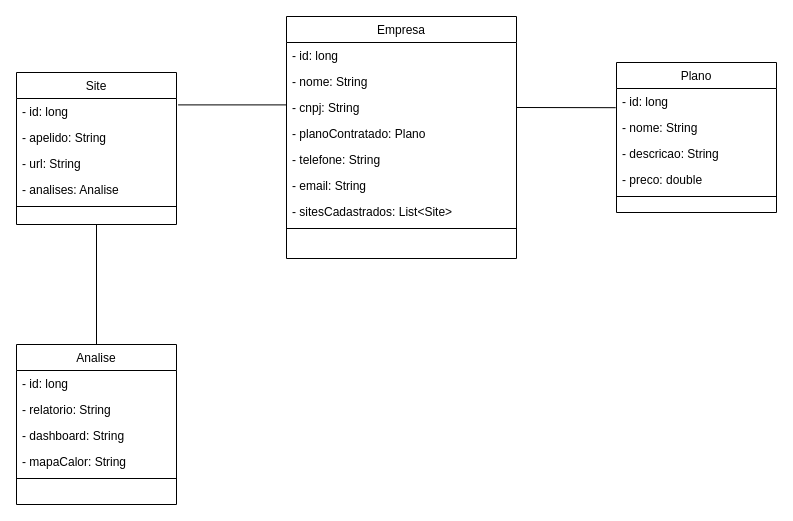
Santlago/HeatWise keeps this draw.io diagram as informacoes/diagrama-de-classes/HeatWise.drawio. Above is the earlier version. Source tidied: cells renumbered, new cells numbered last; positions are measured from the earlier drawing's top-left corner, leaving out a move shared by most shapes. Both pictures are drawn from the tidied source at 100%, with x=0, y=0 at pixel (16, 16).
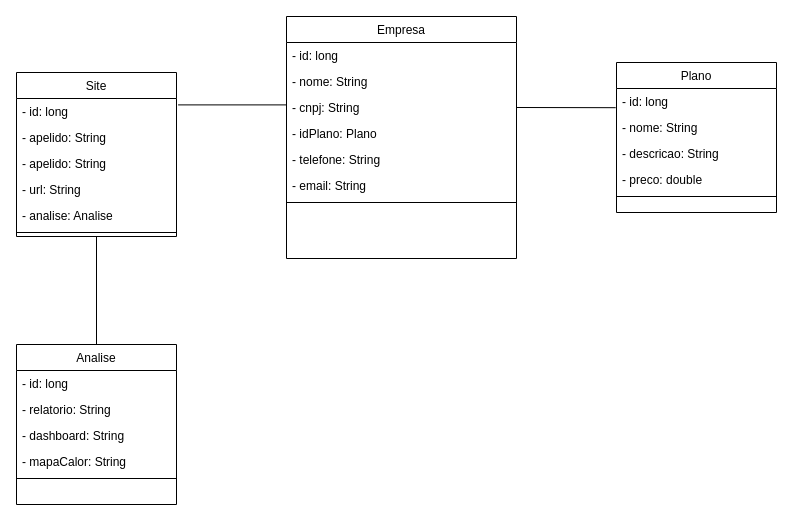
The same page after the edit.

Unchanged cells that the change refers to:
```xml
<mxCell id="2" value="Empresa" style="swimlane;fontStyle=0;align=center;verticalAlign=top;horizontal=1;startSize=26;rounded=0;shadow=0;strokeWidth=1;" parent="1" vertex="1">
  <mxGeometry x="270" width="230" height="242" as="geometry" />
</mxCell>
```

The edit, as a diff of the source:
```diff
@@
-    <mxCell id="6" value="- planoContratado: Plano" style="text;align=left;verticalAlign=top;spacingLeft=4;spacingRight=4;overflow=hidden;rounded=0;shadow=0;html=0;" parent="2" vertex="1">
+    <mxCell id="6" value="- idPlano: Plano" style="text;align=left;verticalAlign=top;spacingLeft=4;spacingRight=4;overflow=hidden;rounded=0;shadow=0;html=0;" parent="2" vertex="1">
       <mxGeometry y="104" width="230" height="26" as="geometry" />
     </mxCell>
@@
-    <mxCell id="9" value="- sitesCadastrados: List&lt;Site&gt;" style="text;align=left;verticalAlign=top;spacingLeft=4;spacingRight=4;overflow=hidden;rounded=0;shadow=0;html=0;" parent="2" vertex="1">
-      <mxGeometry y="182" width="230" height="26" as="geometry" />
-    </mxCell>
     <mxCell id="10" style="line;html=1;strokeWidth=1;align=left;verticalAlign=middle;spacingTop=-1;spacingLeft=3;spacingRight=3;labelPosition=right;" parent="2" vertex="1">
-      <mxGeometry y="208" width="230" height="8" as="geometry" />
+      <mxGeometry y="182" width="230" height="8" as="geometry" />
     </mxCell>
     <mxCell id="11" value="Site" style="swimlane;fontStyle=0;align=center;verticalAlign=top;horizontal=1;startSize=26;rounded=0;shadow=0;strokeWidth=1;" parent="1" vertex="1">
-      <mxGeometry y="56" width="160" height="152" as="geometry" />
+      <mxGeometry y="56" width="160" height="164" as="geometry" />
     </mxCell>
@@
+    <mxCell id="32" value="- apelido: String" style="text;align=left;verticalAlign=top;spacingLeft=4;spacingRight=4;overflow=hidden;rounded=0;shadow=0;html=0;" parent="11" vertex="1">
+      <mxGeometry y="52" width="160" height="26" as="geometry" />
+    </mxCell>
     <mxCell id="13" value="- apelido: String" style="text;align=left;verticalAlign=top;spacingLeft=4;spacingRight=4;overflow=hidden;rounded=0;shadow=0;html=0;" parent="11" vertex="1">
-      <mxGeometry y="52" width="160" height="26" as="geometry" />
+      <mxGeometry y="78" width="160" height="26" as="geometry" />
     </mxCell>
     <mxCell id="14" value="- url: String" style="text;align=left;verticalAlign=top;spacingLeft=4;spacingRight=4;overflow=hidden;rounded=0;shadow=0;html=0;" parent="11" vertex="1">
-      <mxGeometry y="78" width="160" height="26" as="geometry" />
+      <mxGeometry y="104" width="160" height="26" as="geometry" />
     </mxCell>
-    <mxCell id="15" value="- analises: Analise" style="text;align=left;verticalAlign=top;spacingLeft=4;spacingRight=4;overflow=hidden;rounded=0;shadow=0;html=0;" parent="11" vertex="1">
-      <mxGeometry y="104" width="160" height="26" as="geometry" />
+    <mxCell id="15" value="- analise: Analise" style="text;align=left;verticalAlign=top;spacingLeft=4;spacingRight=4;overflow=hidden;rounded=0;shadow=0;html=0;" parent="11" vertex="1">
+      <mxGeometry y="130" width="160" height="26" as="geometry" />
     </mxCell>
     <mxCell id="16" style="line;html=1;strokeWidth=1;align=left;verticalAlign=middle;spacingTop=-1;spacingLeft=3;spacingRight=3;labelPosition=right;" parent="11" vertex="1">
-      <mxGeometry y="130" width="160" height="8" as="geometry" />
+      <mxGeometry y="156" width="160" height="8" as="geometry" />
     </mxCell>
```
